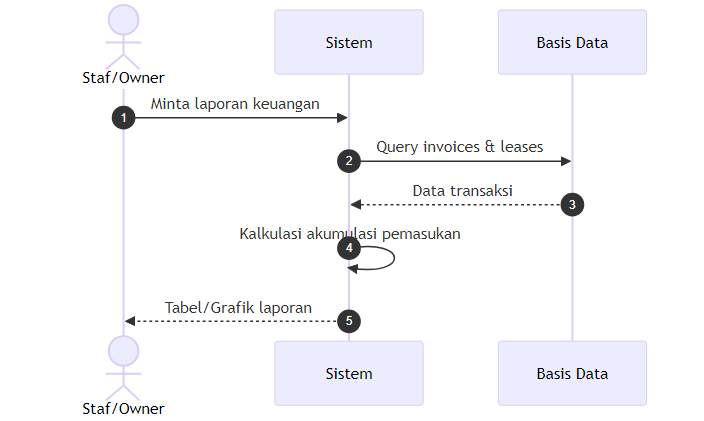
Above: docs/diagrams/5_sequence_diagram_lihat_laporan_transaksi.png in ahmadyasser72/tem-2 (Mermaid), before the change. Its source is kept beside it as docs/diagrams/5_sequence_diagram_lihat_laporan_transaksi.mmd.
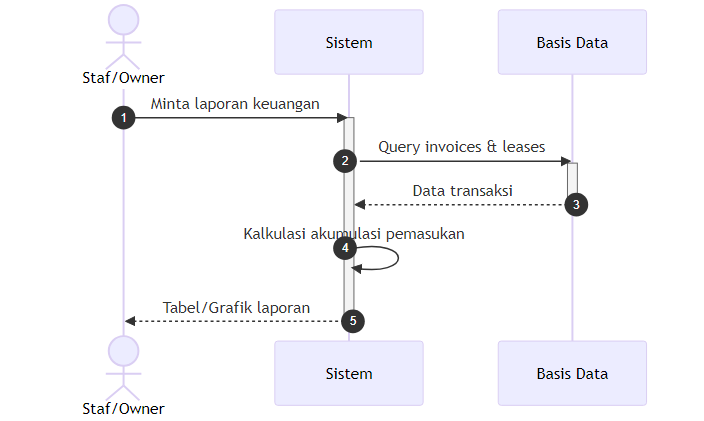
After the change.

Change to the diagram source:
```diff
@@ -5,7 +5,11 @@
     participant Basis Data
 
     Pengelola->>Sistem: Minta laporan keuangan
+    activate Sistem
     Sistem->>Basis Data: Query invoices & leases
+    activate Basis Data
     Basis Data-->>Sistem: Data transaksi
+    deactivate Basis Data
     Sistem->>Sistem: Kalkulasi akumulasi pemasukan
     Sistem-->>Pengelola: Tabel/Grafik laporan
+    deactivate Sistem
```
